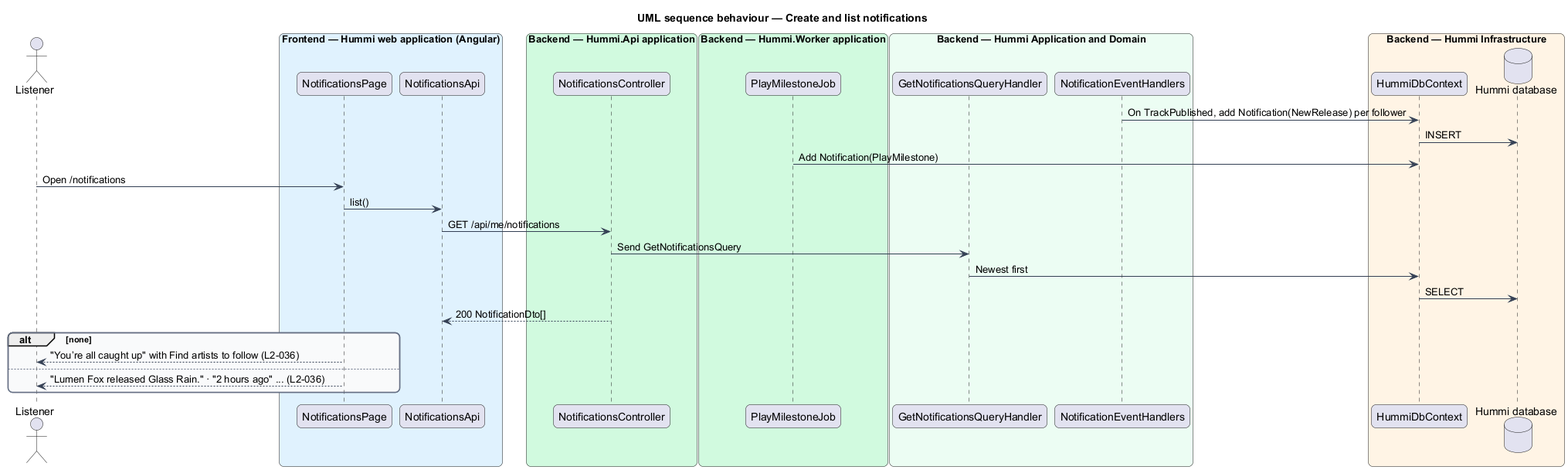
The PlantUML diagram docs/detailed-designs/notifications/list-notifications/diagrams/sequence-list.png in QuinntyneBrown/hummi, before a commit.
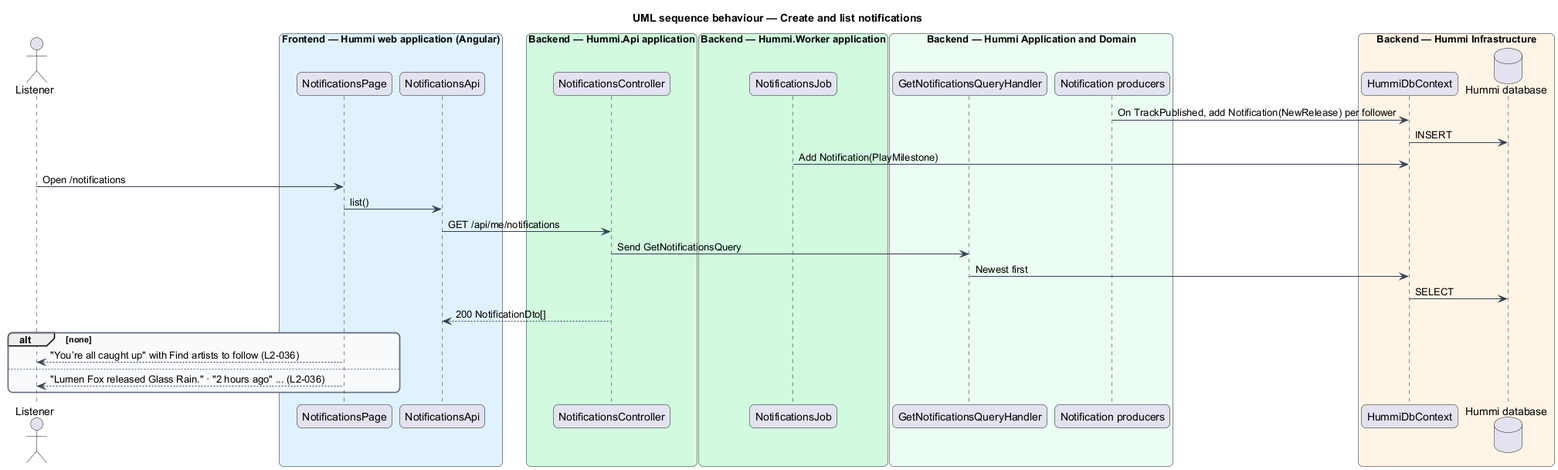
After the change.

Diff of the diagram source:
```diff
@@ -23,11 +23,11 @@
   participant "NotificationsController" as ctl
 end box
 box "Backend — Hummi.Worker application" #D1FADF
-  participant "PlayMilestoneJob" as job
+  participant "NotificationsJob" as job
 end box
 box "Backend — Hummi Application and Domain" #ECFDF3
   participant "GetNotificationsQueryHandler" as q
-  participant "NotificationEventHandlers" as evt
+  participant "Notification producers" as evt
 end box
 box "Backend — Hummi Infrastructure" #FFF4E5
   participant "HummiDbContext" as ctx
```
